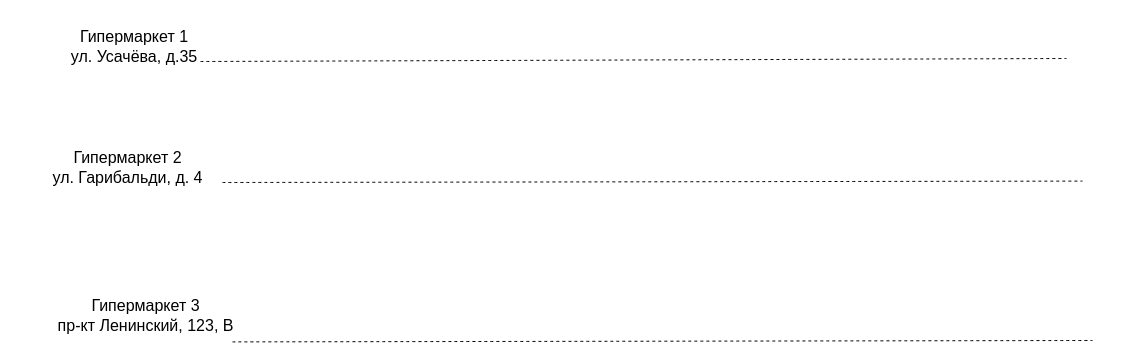
Above: Часы Лэмпорта.drawio in DaryaRedina2000/Lamport-s-logical-clock (draw.io), before the change. Source tidied: cells renumbered, new cells numbered last; positions are measured from the earlier drawing's top-left corner, leaving out a move shared by most shapes. Both pictures are drawn from the tidied source at 100%, with x=0, y=0 at pixel (33, 31).
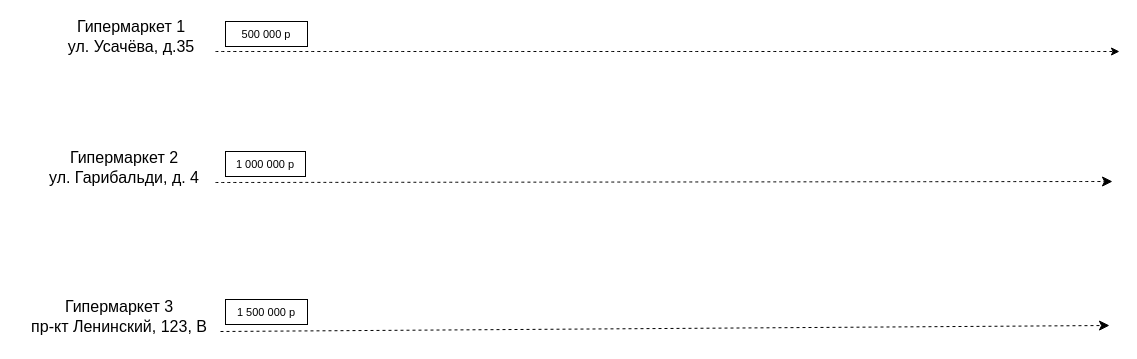
Above is the later version.

Diff of the diagram source:
```diff
@@
 <mxGraphModel>
   <root>
     <mxCell id="0" />
     <mxCell id="1" parent="0" />
     <mxCell id="2" value="Гипермаркет 1 &lt;br&gt;ул. Усачёва, д.35" style="text;html=1;strokeColor=none;fillColor=none;align=center;verticalAlign=middle;whiteSpace=wrap;rounded=0;fontSize=16;" parent="1" vertex="1">
-      <mxGeometry x="35" width="132" height="30" as="geometry" />
+      <mxGeometry x="14" y="-10" width="168" height="30" as="geometry" />
     </mxCell>
     <mxCell id="3" value="Гипермаркет 2 &lt;br&gt;ул. Гарибальди, д. 4" style="text;html=1;strokeColor=none;fillColor=none;align=center;verticalAlign=middle;whiteSpace=wrap;rounded=0;fontSize=16;" parent="1" vertex="1">
-      <mxGeometry y="121" width="189" height="30" as="geometry" />
+      <mxGeometry y="121" width="182" height="30" as="geometry" />
     </mxCell>
     <mxCell id="4" value="Гипермаркет 3 &lt;br&gt;пр-кт Ленинский, 123, В" style="text;html=1;strokeColor=none;fillColor=none;align=center;verticalAlign=middle;whiteSpace=wrap;rounded=0;fontSize=16;" parent="1" vertex="1">
-      <mxGeometry y="269" width="225" height="30" as="geometry" />
+      <mxGeometry x="-16.5" y="270" width="203.5" height="30" as="geometry" />
     </mxCell>
-    <mxCell id="5" style="endArrow=none;dashed=1;html=1;rounded=0;fontSize=12;startSize=8;endSize=8;curved=1;exitX=1;exitY=1;exitDx=0;exitDy=0;" parent="1" edge="1" source="2">
+    <mxCell id="5" style="endArrow=classic;dashed=1;html=1;rounded=0;fontSize=12;curved=1;exitX=1;exitY=1;exitDx=0;exitDy=0;endFill=1;" parent="1" edge="1" source="2">
       <mxGeometry relative="1" as="geometry">
-        <mxPoint x="1033" y="27" as="targetPoint" />
+        <mxPoint x="1086" y="20" as="targetPoint" />
       </mxGeometry>
     </mxCell>
-    <mxCell id="6" style="endArrow=none;dashed=1;html=1;rounded=0;fontSize=12;startSize=8;endSize=8;curved=1;exitX=1;exitY=1;exitDx=0;exitDy=0;" parent="1" edge="1" source="3">
+    <mxCell id="6" style="endArrow=classic;dashed=1;html=1;rounded=0;fontSize=12;startSize=8;endSize=8;curved=1;exitX=1;exitY=1;exitDx=0;exitDy=0;endFill=1;" parent="1" edge="1" source="3">
       <mxGeometry relative="1" as="geometry">
-        <mxPoint x="1049" y="149.6" as="targetPoint" />
+        <mxPoint x="1079" y="150" as="targetPoint" />
       </mxGeometry>
     </mxCell>
-    <mxCell id="7" style="endArrow=none;dashed=1;html=1;rounded=0;fontSize=12;startSize=8;endSize=8;curved=1;exitX=1;exitY=1;exitDx=0;exitDy=0;" parent="1" edge="1">
+    <mxCell id="7" style="endArrow=classic;dashed=1;html=1;rounded=0;fontSize=12;startSize=8;endSize=8;exitX=1;exitY=1;exitDx=0;exitDy=0;endFill=1;" parent="1" edge="1" source="4">
       <mxGeometry relative="1" as="geometry">
-        <mxPoint x="199" y="310.4" as="sourcePoint" />
-        <mxPoint x="1059" y="309" as="targetPoint" />
+        <mxPoint x="1076" y="294" as="targetPoint" />
       </mxGeometry>
     </mxCell>
+    <mxCell id="8" value="1 000 000 р" style="rounded=0;whiteSpace=wrap;html=1;fontSize=11;" parent="1" vertex="1">
+      <mxGeometry x="192" y="120" width="80" height="25" as="geometry" />
+    </mxCell>
+    <mxCell id="9" value="500 000 р" style="rounded=0;whiteSpace=wrap;html=1;fontSize=11;" parent="1" vertex="1">
+      <mxGeometry x="192" y="-10" width="82" height="25" as="geometry" />
+    </mxCell>
+    <mxCell id="10" value="1 500 000 р" style="rounded=0;whiteSpace=wrap;html=1;fontSize=11;" parent="1" vertex="1">
+      <mxGeometry x="192" y="268" width="82" height="25" as="geometry" />
+    </mxCell>
   </root>
 </mxGraphModel>
```
